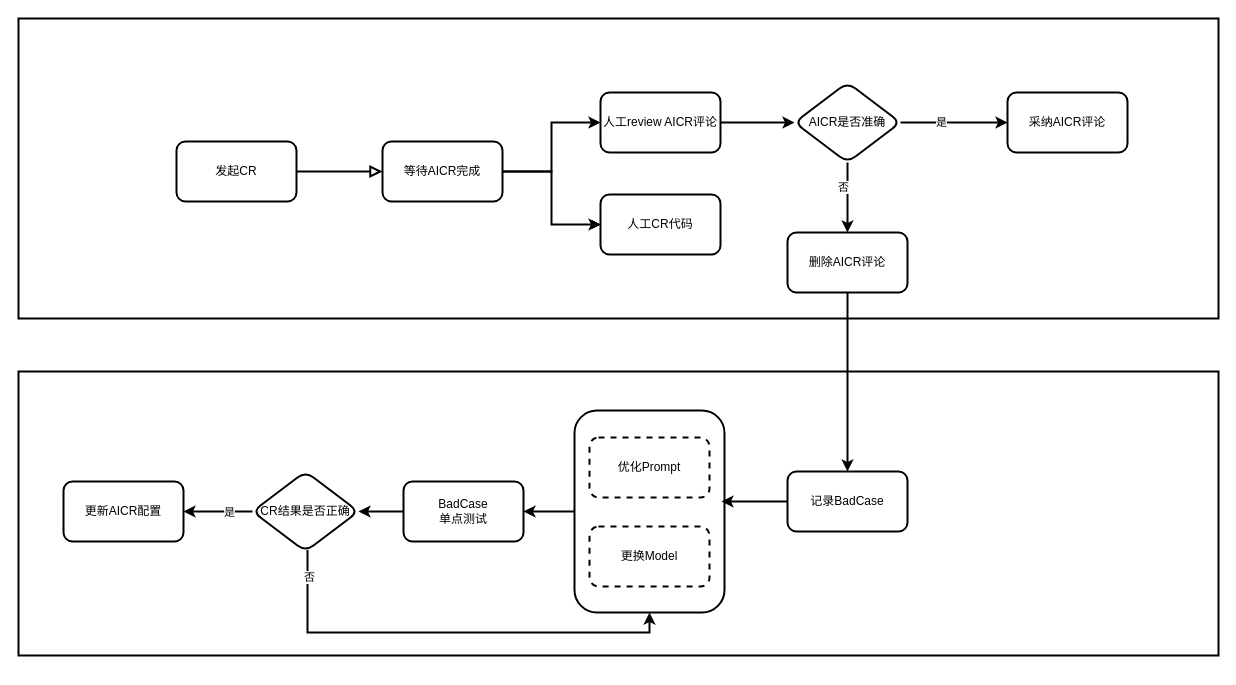
The draw.io diagram AICR迭代流程.drawio in Zsynuting/diagram, before the edit. Source tidied: cells renumbered, new cells numbered last; positions are measured from the earlier drawing's top-left corner, leaving out a move shared by most shapes. Both pictures are drawn from the tidied source at 100%, with x=0, y=0 at pixel (18, 18).
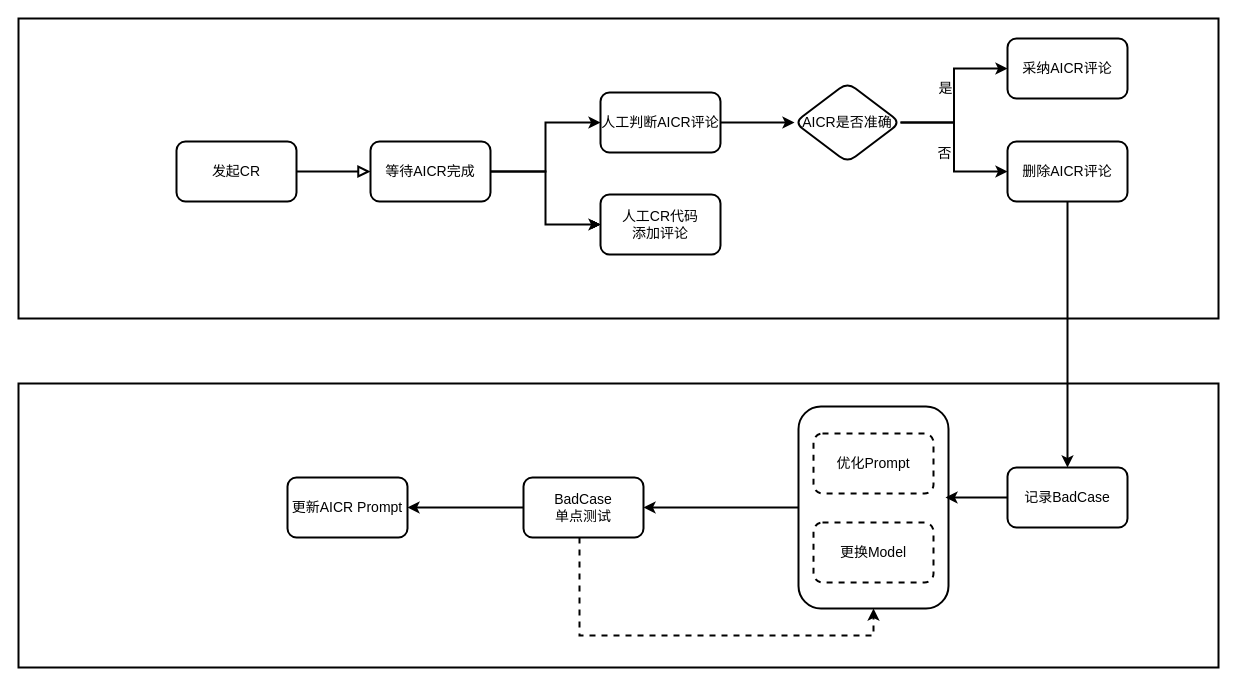
The same diagram, later.

Commit message:
更新AICR迭代流程.drawio

What changed in the source:
```diff
@@
-    <mxCell id="2" style="rounded=0;whiteSpace=wrap;html=1;strokeWidth=2;" parent="1" vertex="1">
-      <mxGeometry y="353" width="1200" height="284" as="geometry" />
+    <mxCell id="2" style="rounded=0;whiteSpace=wrap;html=1;strokeWidth=2;fontSize=14;" parent="1" vertex="1">
+      <mxGeometry y="365" width="1200" height="284" as="geometry" />
     </mxCell>
-    <mxCell id="3" style="rounded=0;whiteSpace=wrap;html=1;strokeWidth=2;" parent="1" vertex="1">
+    <mxCell id="3" style="rounded=0;whiteSpace=wrap;html=1;strokeWidth=2;fontSize=14;" parent="1" vertex="1">
       <mxGeometry width="1200" height="300" as="geometry" />
     </mxCell>
-    <mxCell id="4" style="rounded=0;html=1;jettySize=auto;fontSize=11;endArrow=block;endFill=0;endSize=8;strokeWidth=2;shadow=0;labelBackgroundColor=none;edgeStyle=orthogonalEdgeStyle;" parent="1" edge="1" source="5" target="11">
+    <mxCell id="4" style="rounded=0;html=1;jettySize=auto;fontSize=14;endArrow=block;endFill=0;endSize=8;strokeWidth=2;shadow=0;labelBackgroundColor=none;edgeStyle=orthogonalEdgeStyle;" parent="1" edge="1" source="5" target="11">
       <mxGeometry relative="1" as="geometry" />
     </mxCell>
-    <mxCell id="5" value="发起CR" style="rounded=1;whiteSpace=wrap;html=1;fontSize=12;glass=0;strokeWidth=2;shadow=0;" parent="1" vertex="1">
+    <mxCell id="5" value="发起CR" style="rounded=1;whiteSpace=wrap;html=1;fontSize=14;glass=0;strokeWidth=2;shadow=0;" parent="1" vertex="1">
       <mxGeometry x="158" y="123" width="120" height="60" as="geometry" />
     </mxCell>
-    <mxCell id="6" style="edgeStyle=orthogonalEdgeStyle;rounded=0;jettySize=auto;html=1;" parent="1" edge="1" source="11" target="12">
+    <mxCell id="6" style="edgeStyle=orthogonalEdgeStyle;rounded=0;jettySize=auto;html=1;fontSize=14;" parent="1" edge="1" source="11" target="12">
       <mxGeometry relative="1" as="geometry" />
     </mxCell>
-    <mxCell id="7" style="edgeStyle=orthogonalEdgeStyle;rounded=0;jettySize=auto;html=1;" parent="1" edge="1" source="11" target="12">
+    <mxCell id="7" style="edgeStyle=orthogonalEdgeStyle;rounded=0;jettySize=auto;html=1;fontSize=14;" parent="1" edge="1" source="11" target="12">
       <mxGeometry relative="1" as="geometry" />
     </mxCell>
-    <mxCell id="8" style="edgeStyle=orthogonalEdgeStyle;rounded=0;jettySize=auto;html=1;" parent="1" edge="1" source="11" target="12">
+    <mxCell id="8" style="edgeStyle=orthogonalEdgeStyle;rounded=0;jettySize=auto;html=1;fontSize=14;" parent="1" edge="1" source="11" target="12">
       <mxGeometry relative="1" as="geometry" />
     </mxCell>
-    <mxCell id="9" style="edgeStyle=orthogonalEdgeStyle;rounded=0;jettySize=auto;html=1;strokeWidth=2;" parent="1" edge="1" source="11" target="12">
+    <mxCell id="9" style="edgeStyle=orthogonalEdgeStyle;rounded=0;jettySize=auto;html=1;strokeWidth=2;fontSize=14;" parent="1" edge="1" source="11" target="12">
       <mxGeometry relative="1" as="geometry" />
     </mxCell>
-    <mxCell id="10" style="edgeStyle=orthogonalEdgeStyle;rounded=0;jettySize=auto;html=1;strokeWidth=2;" parent="1" edge="1" source="11" target="14">
+    <mxCell id="10" style="edgeStyle=orthogonalEdgeStyle;rounded=0;jettySize=auto;html=1;strokeWidth=2;fontSize=14;" parent="1" edge="1" source="11" target="14">
       <mxGeometry relative="1" as="geometry" />
     </mxCell>
-    <mxCell id="11" value="等待AICR完成" style="rounded=1;whiteSpace=wrap;html=1;fontSize=12;glass=0;strokeWidth=2;shadow=0;" parent="1" vertex="1">
-      <mxGeometry x="364" y="123" width="120" height="60" as="geometry" />
+    <mxCell id="11" value="等待AICR完成" style="rounded=1;whiteSpace=wrap;html=1;fontSize=14;glass=0;strokeWidth=2;shadow=0;" parent="1" vertex="1">
+      <mxGeometry x="352" y="123" width="120" height="60" as="geometry" />
     </mxCell>
-    <mxCell id="12" value="人工CR代码" style="rounded=1;whiteSpace=wrap;html=1;fontSize=12;glass=0;strokeWidth=2;shadow=0;" parent="1" vertex="1">
+    <mxCell id="12" value="人工CR代码&lt;div&gt;添加评论&lt;/div&gt;" style="rounded=1;whiteSpace=wrap;html=1;fontSize=14;glass=0;strokeWidth=2;shadow=0;" parent="1" vertex="1">
       <mxGeometry x="582" y="176" width="120" height="60" as="geometry" />
     </mxCell>
-    <mxCell id="13" style="edgeStyle=orthogonalEdgeStyle;rounded=0;jettySize=auto;html=1;strokeWidth=2;" parent="1" edge="1" source="14" target="19">
+    <mxCell id="13" style="edgeStyle=orthogonalEdgeStyle;rounded=0;jettySize=auto;html=1;strokeWidth=2;fontSize=14;" parent="1" edge="1" source="14" target="19">
       <mxGeometry relative="1" as="geometry" />
     </mxCell>
-    <mxCell id="14" value="人工review AICR评论" style="rounded=1;whiteSpace=wrap;html=1;fontSize=12;glass=0;strokeWidth=2;shadow=0;" parent="1" vertex="1">
+    <mxCell id="14" value="人工判断AICR评论" style="rounded=1;whiteSpace=wrap;html=1;fontSize=14;glass=0;strokeWidth=2;shadow=0;" parent="1" vertex="1">
       <mxGeometry x="582" y="74" width="120" height="60" as="geometry" />
     </mxCell>
-    <mxCell id="15" style="edgeStyle=orthogonalEdgeStyle;rounded=0;jettySize=auto;html=1;strokeWidth=2;" parent="1" edge="1" source="19" target="20">
+    <mxCell id="15" style="edgeStyle=orthogonalEdgeStyle;rounded=0;jettySize=auto;html=1;strokeWidth=2;fontSize=14;" parent="1" edge="1" source="19" target="20">
       <mxGeometry relative="1" as="geometry" />
     </mxCell>
-    <mxCell id="16" value="是" style="edgeLabel;html=1;align=center;verticalAlign=middle;" parent="15" vertex="1">
+    <mxCell id="16" value="是" style="edgeLabel;html=1;align=center;verticalAlign=middle;fontSize=14;" parent="15" vertex="1">
       <mxGeometry x="-0.26" y="-3" relative="1" as="geometry">
-        <mxPoint y="-4" as="offset" />
+        <mxPoint x="-12" y="-28" as="offset" />
       </mxGeometry>
     </mxCell>
-    <mxCell id="17" style="edgeStyle=orthogonalEdgeStyle;rounded=0;jettySize=auto;html=1;strokeWidth=2;" parent="1" edge="1" source="19" target="22">
+    <mxCell id="17" style="edgeStyle=orthogonalEdgeStyle;rounded=0;jettySize=auto;html=1;strokeWidth=2;fontSize=14;" parent="1" edge="1" source="19" target="22">
       <mxGeometry relative="1" as="geometry" />
     </mxCell>
-    <mxCell id="18" value="否" style="edgeLabel;html=1;align=center;verticalAlign=middle;" parent="17" vertex="1">
+    <mxCell id="18" value="否" style="edgeLabel;html=1;align=center;verticalAlign=middle;fontSize=14;" parent="17" vertex="1">
       <mxGeometry x="-0.11" y="-2" relative="1" as="geometry">
-        <mxPoint x="-3" y="-7" as="offset" />
+        <mxPoint x="-8" y="15" as="offset" />
       </mxGeometry>
     </mxCell>
-    <mxCell id="19" value="AICR是否准确" style="rhombus;whiteSpace=wrap;html=1;rounded=1;glass=0;strokeWidth=2;shadow=0;" parent="1" vertex="1">
+    <mxCell id="19" value="AICR是否准确" style="rhombus;whiteSpace=wrap;html=1;rounded=1;glass=0;strokeWidth=2;shadow=0;fontSize=14;" parent="1" vertex="1">
       <mxGeometry x="776" y="64" width="106" height="80" as="geometry" />
     </mxCell>
-    <mxCell id="20" value="采纳AICR评论" style="whiteSpace=wrap;html=1;rounded=1;glass=0;strokeWidth=2;shadow=0;" parent="1" vertex="1">
-      <mxGeometry x="989" y="74" width="120" height="60" as="geometry" />
+    <mxCell id="20" value="采纳AICR评论" style="whiteSpace=wrap;html=1;rounded=1;glass=0;strokeWidth=2;shadow=0;fontSize=14;" parent="1" vertex="1">
+      <mxGeometry x="989" y="20" width="120" height="60" as="geometry" />
     </mxCell>
-    <mxCell id="21" style="edgeStyle=orthogonalEdgeStyle;rounded=0;jettySize=auto;html=1;strokeWidth=2;" parent="1" edge="1" source="22" target="23">
+    <mxCell id="21" style="edgeStyle=orthogonalEdgeStyle;rounded=0;jettySize=auto;html=1;strokeWidth=2;fontSize=14;" parent="1" edge="1" source="22" target="23">
       <mxGeometry relative="1" as="geometry" />
     </mxCell>
-    <mxCell id="22" value="删除AICR评论" style="whiteSpace=wrap;html=1;rounded=1;glass=0;strokeWidth=2;shadow=0;" parent="1" vertex="1">
-      <mxGeometry x="769" y="214" width="120" height="60" as="geometry" />
+    <mxCell id="22" value="删除AICR评论" style="whiteSpace=wrap;html=1;rounded=1;glass=0;strokeWidth=2;shadow=0;fontSize=14;" parent="1" vertex="1">
+      <mxGeometry x="989" y="123" width="120" height="60" as="geometry" />
     </mxCell>
-    <mxCell id="23" value="记录BadCase" style="whiteSpace=wrap;html=1;rounded=1;glass=0;strokeWidth=2;shadow=0;" parent="1" vertex="1">
-      <mxGeometry x="769" y="453" width="120" height="60" as="geometry" />
+    <mxCell id="23" value="记录BadCase" style="whiteSpace=wrap;html=1;rounded=1;glass=0;strokeWidth=2;shadow=0;fontSize=14;" parent="1" vertex="1">
+      <mxGeometry x="989" y="449" width="120" height="60" as="geometry" />
     </mxCell>
-    <mxCell id="24" style="edgeStyle=orthogonalEdgeStyle;rounded=0;jettySize=auto;html=1;strokeWidth=2;" parent="1" edge="1" source="25" target="28">
+    <mxCell id="24" style="edgeStyle=orthogonalEdgeStyle;rounded=0;jettySize=auto;html=1;strokeWidth=2;fontSize=14;" parent="1" edge="1" source="25" target="28">
       <mxGeometry relative="1" as="geometry" />
     </mxCell>
-    <mxCell id="25" style="whiteSpace=wrap;html=1;rounded=1;glass=0;strokeWidth=2;shadow=0;" parent="1" vertex="1">
-      <mxGeometry x="556" y="392" width="150" height="202" as="geometry" />
+    <mxCell id="25" style="whiteSpace=wrap;html=1;rounded=1;glass=0;strokeWidth=2;shadow=0;fontSize=14;" parent="1" vertex="1">
+      <mxGeometry x="780" y="388" width="150" height="202" as="geometry" />
     </mxCell>
-    <mxCell id="26" style="edgeStyle=orthogonalEdgeStyle;rounded=0;jettySize=auto;html=1;strokeWidth=2;" parent="1" edge="1" source="36" target="29">
+    <mxCell id="26" style="edgeStyle=orthogonalEdgeStyle;rounded=0;jettySize=auto;html=1;strokeWidth=2;fontSize=14;" parent="1" edge="1" source="28" target="29">
       <mxGeometry relative="1" as="geometry" />
     </mxCell>
-    <mxCell id="27" value="是" style="edgeLabel;html=1;align=center;verticalAlign=middle;" parent="26" vertex="1">
-      <mxGeometry x="-0.3" y="3" relative="1" as="geometry">
-        <mxPoint y="-3" as="offset" />
-      </mxGeometry>
-    </mxCell>
+    <mxCell id="37" style="edgeStyle=orthogonalEdgeStyle;rounded=0;jettySize=auto;html=1;entryX=0.5;entryY=1;entryDx=0;entryDy=0;strokeWidth=2;dashed=1;fontSize=14;" parent="1" edge="1" source="28" target="25">
+      <mxGeometry relative="1" as="geometry">
+        <Array as="points">
+          <mxPoint x="561" y="617" />
+          <mxPoint x="855" y="617" />
+        </Array>
+      </mxGeometry>
+    </mxCell>
-    <mxCell id="28" value="BadCase&lt;div&gt;单点测试&lt;/div&gt;" style="whiteSpace=wrap;html=1;rounded=1;glass=0;strokeWidth=2;shadow=0;" parent="1" vertex="1">
-      <mxGeometry x="385" y="463" width="120" height="60" as="geometry" />
+    <mxCell id="28" value="BadCase&lt;div&gt;单点测试&lt;/div&gt;" style="whiteSpace=wrap;html=1;rounded=1;glass=0;strokeWidth=2;shadow=0;fontSize=14;" parent="1" vertex="1">
+      <mxGeometry x="505" y="459" width="120" height="60" as="geometry" />
     </mxCell>
-    <mxCell id="29" value="更新AICR配置" style="whiteSpace=wrap;html=1;rounded=1;glass=0;strokeWidth=2;shadow=0;" parent="1" vertex="1">
-      <mxGeometry x="45" y="463" width="120" height="60" as="geometry" />
+    <mxCell id="29" value="更新AICR Prompt" style="whiteSpace=wrap;html=1;rounded=1;glass=0;strokeWidth=2;shadow=0;fontSize=14;" parent="1" vertex="1">
+      <mxGeometry x="269" y="459" width="120" height="60" as="geometry" />
     </mxCell>
-    <mxCell id="30" value="更换Model" style="whiteSpace=wrap;html=1;rounded=1;glass=0;strokeWidth=2;shadow=0;dashed=1;" parent="1" vertex="1">
-      <mxGeometry x="571" y="508" width="120" height="60" as="geometry" />
+    <mxCell id="30" value="更换Model" style="whiteSpace=wrap;html=1;rounded=1;glass=0;strokeWidth=2;shadow=0;dashed=1;fontSize=14;" parent="1" vertex="1">
+      <mxGeometry x="795" y="504" width="120" height="60" as="geometry" />
     </mxCell>
-    <mxCell id="31" value="优化Prompt" style="whiteSpace=wrap;html=1;rounded=1;glass=0;strokeWidth=2;shadow=0;dashed=1;" parent="1" vertex="1">
-      <mxGeometry x="571" y="419" width="120" height="60" as="geometry" />
+    <mxCell id="31" value="优化Prompt" style="whiteSpace=wrap;html=1;rounded=1;glass=0;strokeWidth=2;shadow=0;dashed=1;fontSize=14;" parent="1" vertex="1">
+      <mxGeometry x="795" y="415" width="120" height="60" as="geometry" />
     </mxCell>
-    <mxCell id="32" style="edgeStyle=orthogonalEdgeStyle;rounded=0;jettySize=auto;html=1;entryX=0.98;entryY=0.45;entryDx=0;entryDy=0;entryPerimeter=0;strokeWidth=2;" parent="1" edge="1" source="23" target="25">
+    <mxCell id="32" style="edgeStyle=orthogonalEdgeStyle;rounded=0;jettySize=auto;html=1;entryX=0.98;entryY=0.45;entryDx=0;entryDy=0;entryPerimeter=0;strokeWidth=2;fontSize=14;" parent="1" edge="1" source="23" target="25">
       <mxGeometry relative="1" as="geometry" />
     </mxCell>
-    <mxCell id="33" style="edgeStyle=orthogonalEdgeStyle;rounded=0;jettySize=auto;html=1;strokeWidth=2;" parent="1" edge="1" source="28" target="36">
-      <mxGeometry relative="1" as="geometry" />
-    </mxCell>
-    <mxCell id="34" style="edgeStyle=orthogonalEdgeStyle;rounded=0;jettySize=auto;html=1;entryX=0.5;entryY=1;entryDx=0;entryDy=0;strokeWidth=2;" parent="1" edge="1" source="36" target="25">
-      <mxGeometry relative="1" as="geometry">
-        <Array as="points">
-          <mxPoint x="289" y="614" />
-          <mxPoint x="631" y="614" />
-        </Array>
-      </mxGeometry>
-    </mxCell>
-    <mxCell id="35" value="否" style="edgeLabel;html=1;align=center;verticalAlign=middle;" parent="34" vertex="1">
-      <mxGeometry x="-0.88" y="1" relative="1" as="geometry" />
-    </mxCell>
-    <mxCell id="36" value="CR结果是否正确" style="rhombus;whiteSpace=wrap;html=1;rounded=1;glass=0;strokeWidth=2;shadow=0;" parent="1" vertex="1">
-      <mxGeometry x="234" y="453" width="106" height="80" as="geometry" />
-    </mxCell>
```
